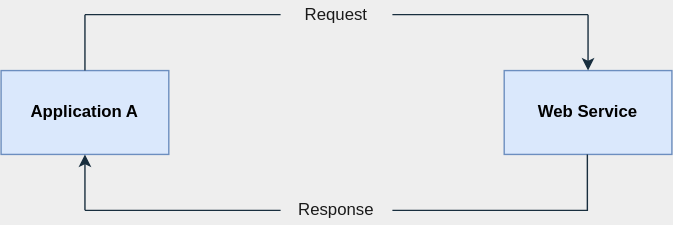
droidark/rest-api keeps this draw.io diagram as diagrams/web-service-communication.svg. Above is the earlier version. Source tidied: cells renumbered, new cells last; positions are measured from the earlier drawing's top-left corner, leaving out a move shared by most shapes.
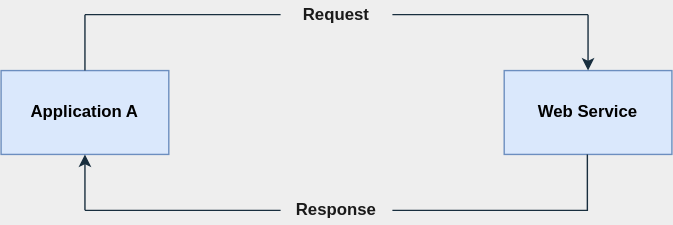
After the change.

Change to the diagram source:
```diff
@@ -40,7 +40,7 @@
         <mxPoint x="420" y="150" as="targetPoint" />
       </mxGeometry>
     </mxCell>
-    <mxCell id="10" value="&lt;div&gt;Response&lt;/div&gt;" style="text;html=1;strokeColor=none;fillColor=none;align=center;verticalAlign=middle;whiteSpace=wrap;rounded=0;fontColor=#1A1A1A;" parent="1" vertex="1">
+    <mxCell id="10" value="&lt;div&gt;Response&lt;/div&gt;" style="text;html=1;strokeColor=none;fillColor=none;align=center;verticalAlign=middle;whiteSpace=wrap;rounded=0;fontColor=#1A1A1A;fontStyle=1;" parent="1" vertex="1">
       <mxGeometry x="220" y="140" width="40" height="20" as="geometry" />
     </mxCell>
     <mxCell id="11" style="endArrow=none;html=1;labelBackgroundColor=#EEEEEE;strokeColor=#182E3E;fontColor=#1A1A1A;" parent="1" edge="1">
@@ -49,7 +49,7 @@
         <mxPoint x="200" y="150" as="targetPoint" />
       </mxGeometry>
     </mxCell>
-    <mxCell id="12" value="Request" style="text;html=1;strokeColor=none;fillColor=none;align=center;verticalAlign=middle;whiteSpace=wrap;rounded=0;fontColor=#1A1A1A;" parent="1" vertex="1">
+    <mxCell id="12" value="Request" style="text;html=1;strokeColor=none;fillColor=none;align=center;verticalAlign=middle;whiteSpace=wrap;rounded=0;fontColor=#1A1A1A;fontStyle=1;" parent="1" vertex="1">
       <mxGeometry x="200" width="80" height="20" as="geometry" />
     </mxCell>
     <mxCell id="13" style="endArrow=none;html=1;labelBackgroundColor=#EEEEEE;strokeColor=#182E3E;fontColor=#1A1A1A;" parent="1" edge="1" target="12">
```
